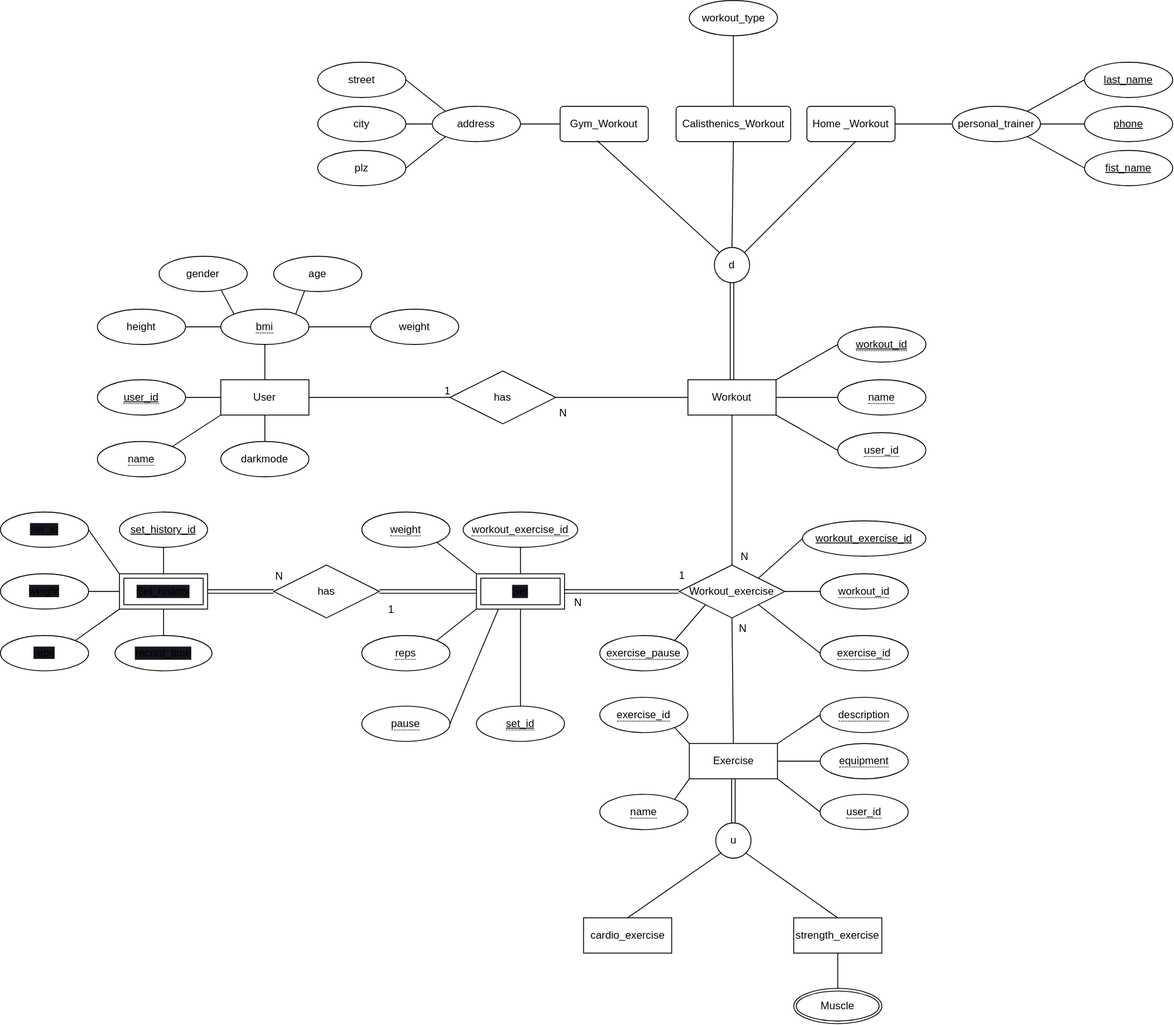
Above: EER-Diagramm.drawio.svg in Johannes0220/DatabaseProject (draw.io), before the change. Source tidied: cells renumbered, new cells last; positions are measured from the earlier drawing's top-left corner, leaving out a move shared by most shapes.
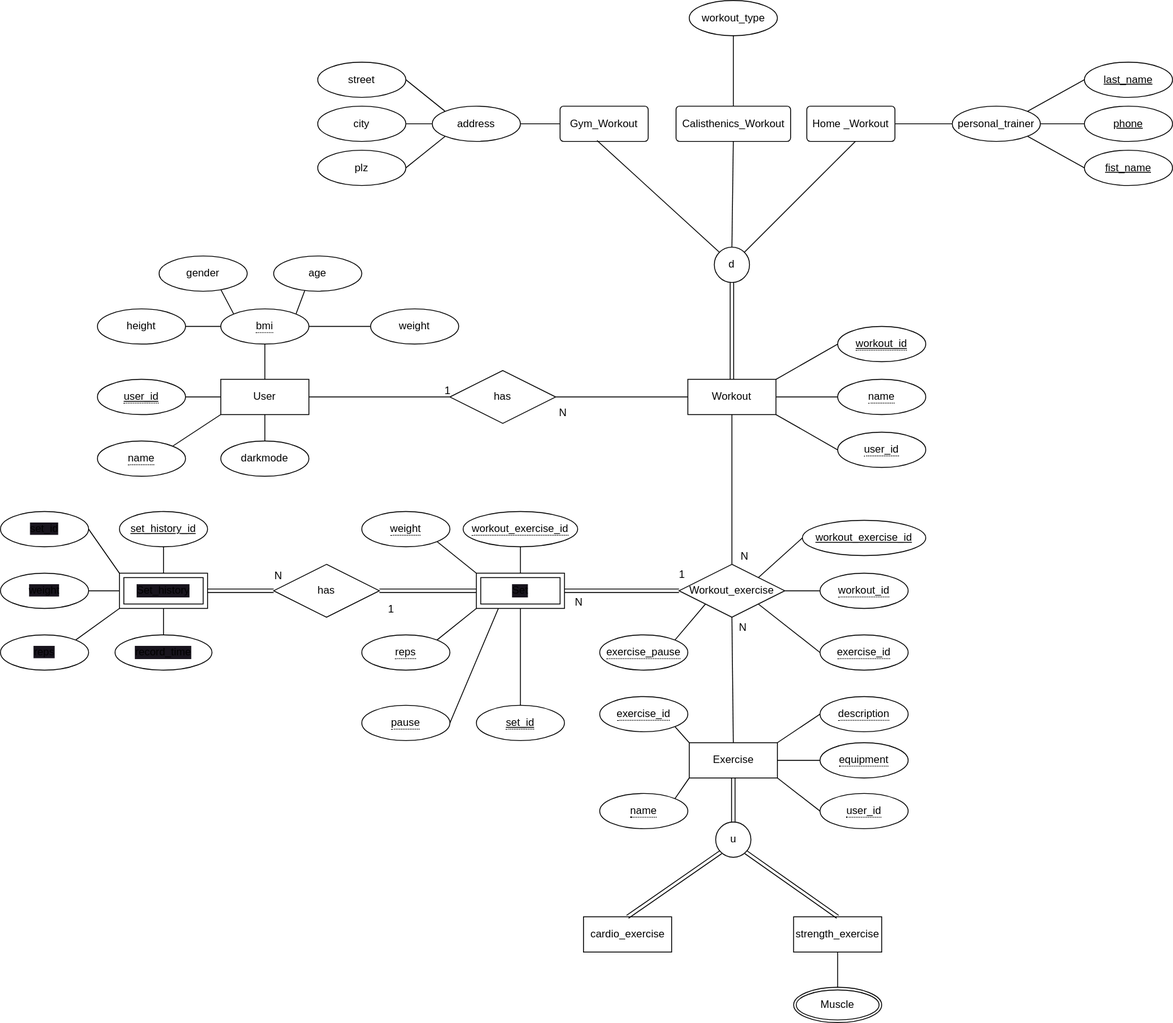
Above is the later version.

What changed in the source:
```diff
@@ -131,12 +131,6 @@
     <mxCell id="42" value="strength_exercise" style="whiteSpace=wrap;html=1;align=center;" parent="1" vertex="1">
       <mxGeometry x="900" y="1040" width="100" height="40" as="geometry" />
     </mxCell>
-    <mxCell id="43" style="endArrow=none;html=1;entryX=1;entryY=1;entryDx=0;entryDy=0;exitX=0.5;exitY=0;exitDx=0;exitDy=0;" parent="1" edge="1" source="42" target="39">
-      <mxGeometry relative="1" as="geometry" />
-    </mxCell>
-    <mxCell id="44" style="endArrow=none;html=1;entryX=0;entryY=1;entryDx=0;entryDy=0;exitX=0.5;exitY=0;exitDx=0;exitDy=0;" parent="1" edge="1" source="41" target="39">
-      <mxGeometry relative="1" as="geometry" />
-    </mxCell>
     <mxCell id="45" style="edgeStyle=none;html=1;exitX=1;exitY=0.5;exitDx=0;exitDy=0;entryX=0;entryY=0.5;entryDx=0;entryDy=0;endArrow=none;endFill=0;" parent="1" edge="1" source="46" target="17">
       <mxGeometry relative="1" as="geometry" />
     </mxCell>
@@ -374,5 +368,11 @@
     <mxCell id="119" style="endArrow=none;html=1;exitX=0.5;exitY=1;exitDx=0;exitDy=0;entryX=0.5;entryY=0;entryDx=0;entryDy=0;" parent="1" edge="1" source="118" target="28">
       <mxGeometry relative="1" as="geometry" />
     </mxCell>
+    <mxCell id="120" style="shape=link;html=1;entryX=0.5;entryY=0;entryDx=0;entryDy=0;exitX=0;exitY=1;exitDx=0;exitDy=0;" parent="1" edge="1" source="39" target="41">
+      <mxGeometry relative="1" as="geometry" />
+    </mxCell>
+    <mxCell id="121" style="shape=link;html=1;entryX=0.5;entryY=0;entryDx=0;entryDy=0;exitX=1;exitY=1;exitDx=0;exitDy=0;" parent="1" edge="1" source="39" target="42">
+      <mxGeometry relative="1" as="geometry" />
+    </mxCell>
   </root>
 </mxGraphModel>
```
